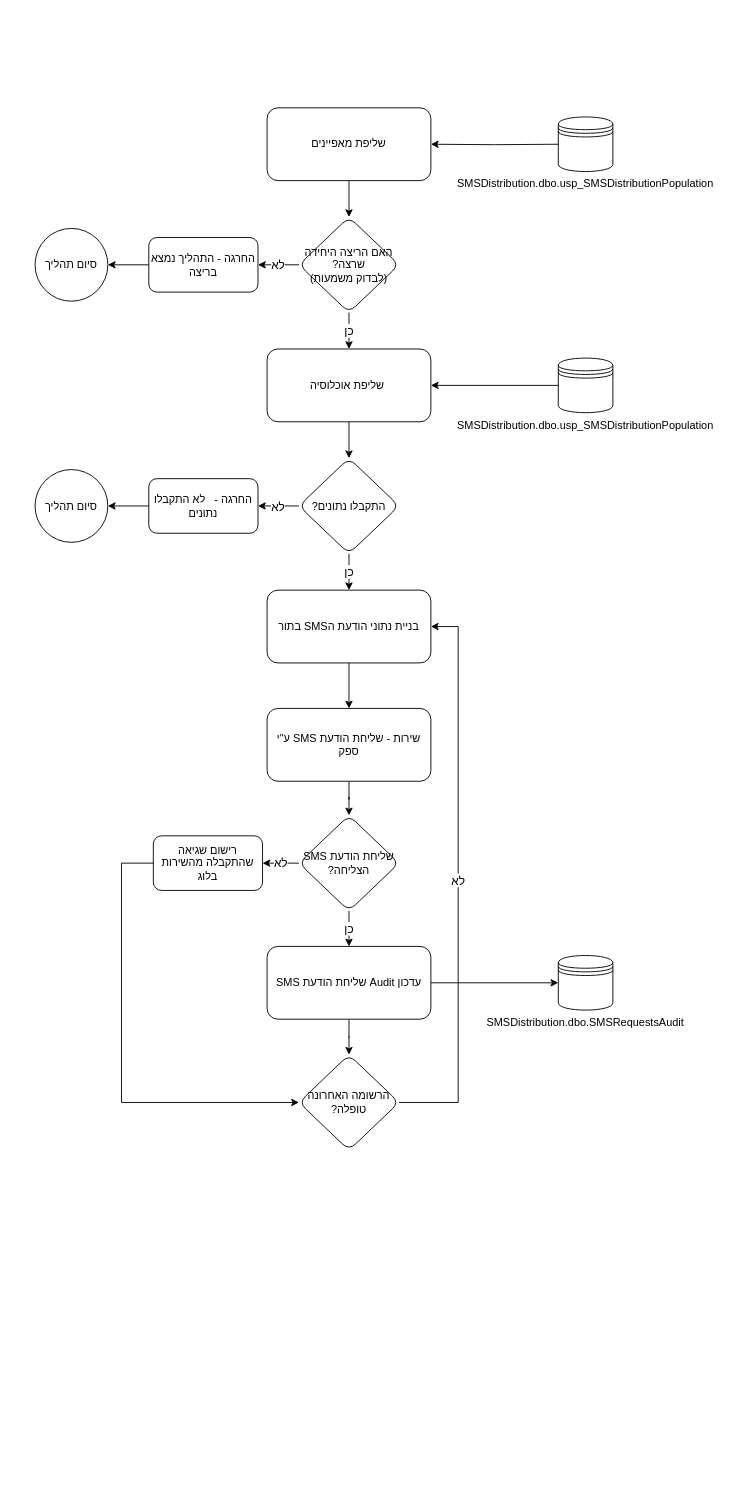
The draw.io diagram sms_process.drawio in eyallit/draw.io, before the edit. Source tidied: cells renumbered, new cells numbered last; positions are measured from the earlier drawing's top-left corner, leaving out a move shared by most shapes. Both pictures are drawn from the tidied source at 91%, with x=0, y=0 at pixel (35, 107).
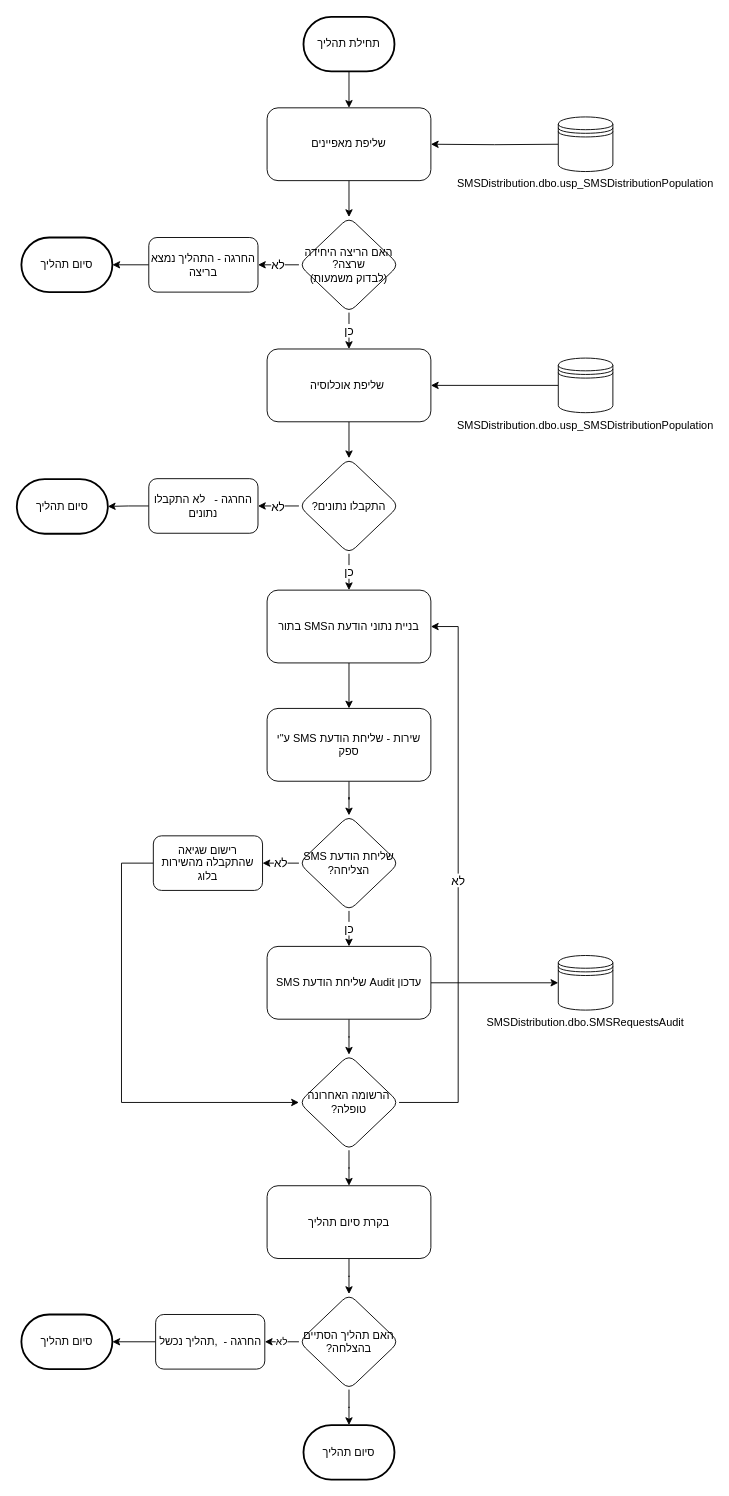
Above is the later version.

Unchanged cells that the change refers to:
```xml
<mxCell id="3" value="שליפת מאפיינים&lt;br&gt;" style="rounded=1;whiteSpace=wrap;html=1;" parent="1" vertex="1">
  <mxGeometry x="255" width="180" height="80" as="geometry" />
</mxCell>
<mxCell id="9" value="החרגה - התהליך נמצא בריצה" style="rounded=1;whiteSpace=wrap;html=1;" parent="1" vertex="1">
  <mxGeometry x="125" y="142.5" width="120" height="60" as="geometry" />
</mxCell>
<mxCell id="16" value="החרגה -&amp;nbsp; &amp;nbsp;לא התקבלו נתונים" style="rounded=1;whiteSpace=wrap;html=1;" parent="1" vertex="1">
  <mxGeometry x="125" y="407.5" width="120" height="60" as="geometry" />
</mxCell>
<mxCell id="25" value="הרשומה האחרונה טופלה?" style="rhombus;whiteSpace=wrap;html=1;rounded=1;textDirection=rtl;" parent="1" vertex="1">
  <mxGeometry x="290" y="1040.5" width="110" height="105" as="geometry" />
</mxCell>
```

Change to the diagram source:
```diff
@@
-    <mxCell id="7" value="סיום תהליך" style="ellipse;whiteSpace=wrap;html=1;rounded=1;" parent="1" vertex="1">
-      <mxGeometry y="132.5" width="80" height="80" as="geometry" />
-    </mxCell>
-    <mxCell id="8" style="edgeStyle=orthogonalEdgeStyle;rounded=0;jettySize=auto;html=1;entryX=1;entryY=0.5;entryDx=0;entryDy=0;" parent="1" edge="1" source="9" target="7">
+    <mxCell id="8" style="edgeStyle=orthogonalEdgeStyle;rounded=0;jettySize=auto;html=1;entryX=1;entryY=0.5;entryDx=0;entryDy=0;entryPerimeter=0;" parent="1" edge="1" source="9" target="48">
       <mxGeometry relative="1" as="geometry" />
     </mxCell>
@@
-    <mxCell id="15" style="edgeStyle=orthogonalEdgeStyle;rounded=0;jettySize=auto;html=1;entryX=1;entryY=0.5;entryDx=0;entryDy=0;" parent="1" edge="1" source="16" target="17">
+    <mxCell id="15" style="edgeStyle=orthogonalEdgeStyle;rounded=0;jettySize=auto;html=1;entryX=1;entryY=0.5;entryDx=0;entryDy=0;entryPerimeter=0;" parent="1" edge="1" source="16" target="49">
       <mxGeometry relative="1" as="geometry" />
     </mxCell>
@@
-    <mxCell id="17" value="סיום תהליך" style="ellipse;whiteSpace=wrap;html=1;rounded=1;" parent="1" vertex="1">
-      <mxGeometry y="397.5" width="80" height="80" as="geometry" />
-    </mxCell>
@@
+    <mxCell id="37" style="edgeStyle=orthogonalEdgeStyle;rounded=0;jettySize=auto;html=1;entryX=0.5;entryY=0;entryDx=0;entryDy=0;" parent="1" edge="1" source="25" target="39">
+      <mxGeometry relative="1" as="geometry" />
+    </mxCell>
@@
+    <mxCell id="38" style="edgeStyle=orthogonalEdgeStyle;rounded=0;jettySize=auto;html=1;entryX=0.5;entryY=0;entryDx=0;entryDy=0;" parent="1" edge="1" source="39" target="42">
+      <mxGeometry relative="1" as="geometry" />
+    </mxCell>
+    <mxCell id="39" value="בקרת סיום תהליך" style="rounded=1;whiteSpace=wrap;html=1;textDirection=rtl;" parent="1" vertex="1">
+      <mxGeometry x="255" y="1184.5" width="180" height="80" as="geometry" />
+    </mxCell>
+    <mxCell id="40" value="לא" style="edgeStyle=orthogonalEdgeStyle;rounded=0;jettySize=auto;html=1;entryX=1;entryY=0.5;entryDx=0;entryDy=0;strokeWidth=1;" parent="1" edge="1" source="42" target="44">
+      <mxGeometry relative="1" as="geometry" />
+    </mxCell>
+    <mxCell id="41" style="edgeStyle=orthogonalEdgeStyle;rounded=0;jettySize=auto;html=1;entryX=0.5;entryY=0;entryDx=0;entryDy=0;entryPerimeter=0;strokeWidth=1;" parent="1" edge="1" source="42" target="47">
+      <mxGeometry relative="1" as="geometry" />
+    </mxCell>
+    <mxCell id="42" value="האם תהליך הסתיים בהצלחה?" style="rhombus;whiteSpace=wrap;html=1;rounded=1;textDirection=rtl;" parent="1" vertex="1">
+      <mxGeometry x="290" y="1303.5" width="110" height="105" as="geometry" />
+    </mxCell>
+    <mxCell id="43" style="edgeStyle=orthogonalEdgeStyle;rounded=0;jettySize=auto;html=1;entryX=1;entryY=0.5;entryDx=0;entryDy=0;entryPerimeter=0;" parent="1" edge="1" source="44" target="50">
+      <mxGeometry relative="1" as="geometry" />
+    </mxCell>
+    <mxCell id="44" value="החרגה -&amp;nbsp; ,תהליך נכשל" style="rounded=1;whiteSpace=wrap;html=1;" parent="1" vertex="1">
+      <mxGeometry x="132.5" y="1326" width="120" height="60" as="geometry" />
+    </mxCell>
+    <mxCell id="45" style="edgeStyle=orthogonalEdgeStyle;rounded=0;jettySize=auto;html=1;entryX=0.5;entryY=0;entryDx=0;entryDy=0;" parent="1" edge="1" source="46" target="3">
+      <mxGeometry relative="1" as="geometry" />
+    </mxCell>
+    <mxCell id="46" value="תחילת תהליך" style="strokeWidth=2;html=1;shape=mxgraph.flowchart.terminator;whiteSpace=wrap;" parent="1" vertex="1">
+      <mxGeometry x="295" y="-100" width="100" height="60" as="geometry" />
+    </mxCell>
+    <mxCell id="47" value="סיום תהליך" style="strokeWidth=2;html=1;shape=mxgraph.flowchart.terminator;whiteSpace=wrap;" parent="1" vertex="1">
+      <mxGeometry x="295" y="1447.5" width="100" height="60" as="geometry" />
+    </mxCell>
+    <mxCell id="48" value="סיום תהליך" style="strokeWidth=2;html=1;shape=mxgraph.flowchart.terminator;whiteSpace=wrap;" parent="1" vertex="1">
+      <mxGeometry x="-15" y="142.5" width="100" height="60" as="geometry" />
+    </mxCell>
+    <mxCell id="49" value="סיום תהליך" style="strokeWidth=2;html=1;shape=mxgraph.flowchart.terminator;whiteSpace=wrap;" parent="1" vertex="1">
+      <mxGeometry x="-20" y="408" width="100" height="60" as="geometry" />
+    </mxCell>
+    <mxCell id="50" value="סיום תהליך" style="strokeWidth=2;html=1;shape=mxgraph.flowchart.terminator;whiteSpace=wrap;" parent="1" vertex="1">
+      <mxGeometry x="-15" y="1326" width="100" height="60" as="geometry" />
+    </mxCell>
```
